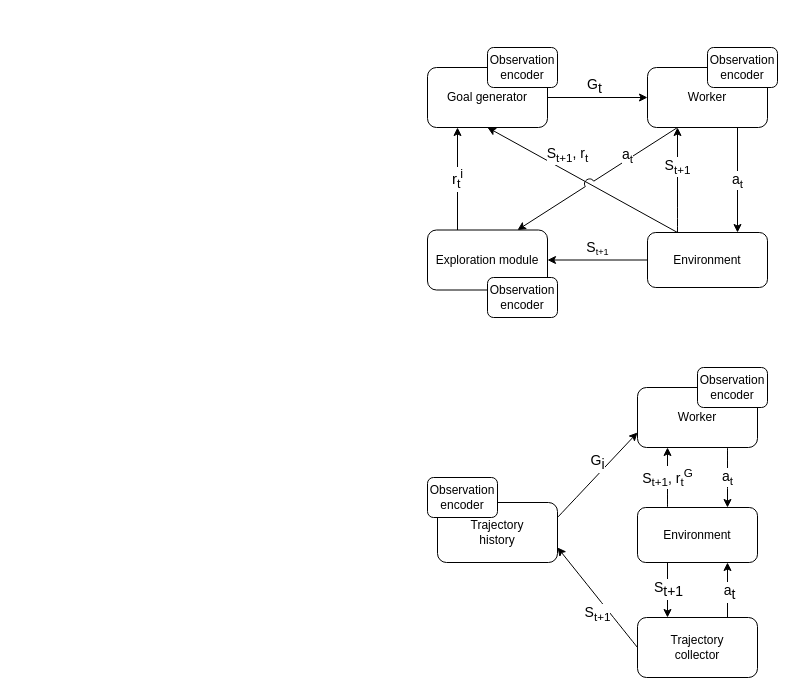
This is assets/diagram.drawio from dllllb/pathrl, a draw.io file, before an edit. Source tidied: cells renumbered, new cells numbered last; positions are measured from the earlier drawing's top-left corner, leaving out a move shared by most shapes. Both pictures are drawn from the tidied source at 100%, with x=0, y=0 at pixel (427, 47).
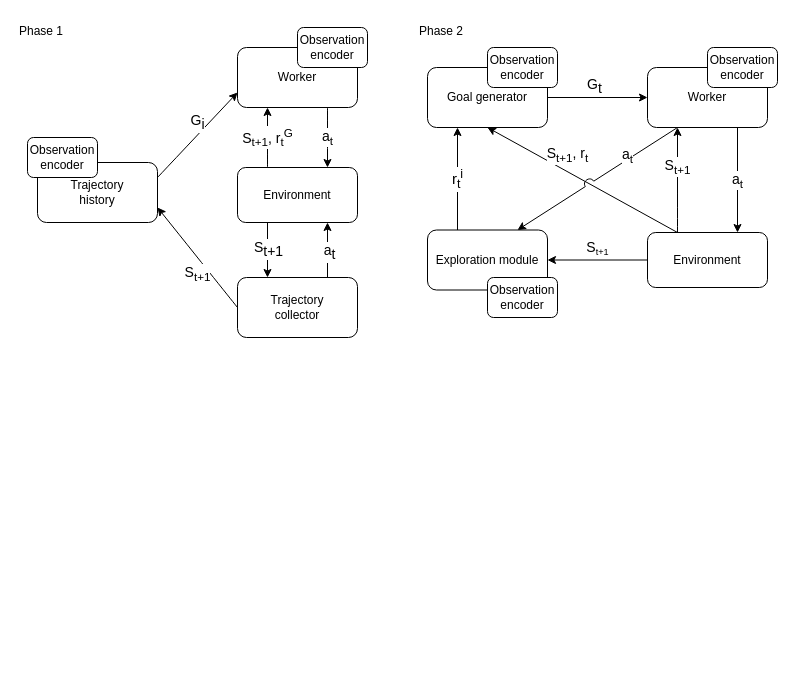
After the change.

Change to the diagram source:
```diff
@@
     <mxCell id="19" value="Worker" style="rounded=1;whiteSpace=wrap;html=1;" parent="1" vertex="1">
-      <mxGeometry x="210" y="340" width="120" height="60" as="geometry" />
+      <mxGeometry x="-190" width="120" height="60" as="geometry" />
     </mxCell>
@@
     <mxCell id="21" value="Trajectory&lt;br&gt;history" style="rounded=1;whiteSpace=wrap;html=1;fontSize=12;verticalAlign=middle;" parent="1" vertex="1">
-      <mxGeometry x="10" y="455" width="120" height="60" as="geometry" />
+      <mxGeometry x="-390" y="115" width="120" height="60" as="geometry" />
     </mxCell>
@@
     <mxCell id="26" value="Environment" style="rounded=1;whiteSpace=wrap;html=1;" parent="1" vertex="1">
-      <mxGeometry x="210" y="460" width="120" height="55" as="geometry" />
+      <mxGeometry x="-190" y="120" width="120" height="55" as="geometry" />
     </mxCell>
     <mxCell id="27" value="Observation encoder" style="rounded=1;whiteSpace=wrap;html=1;fontSize=12;verticalAlign=middle;" parent="1" vertex="1">
-      <mxGeometry x="270" y="320" width="70" height="40" as="geometry" />
+      <mxGeometry x="-130" y="-20" width="70" height="40" as="geometry" />
     </mxCell>
     <mxCell id="28" value="Observation encoder" style="rounded=1;whiteSpace=wrap;html=1;fontSize=12;verticalAlign=middle;" parent="1" vertex="1">
-      <mxGeometry y="430" width="70" height="40" as="geometry" />
+      <mxGeometry x="-400" y="90" width="70" height="40" as="geometry" />
     </mxCell>
@@
     <mxCell id="31" value="Trajectory&lt;br&gt;collector" style="rounded=1;whiteSpace=wrap;html=1;fontSize=12;verticalAlign=middle;" parent="1" vertex="1">
-      <mxGeometry x="210" y="570" width="120" height="60" as="geometry" />
+      <mxGeometry x="-190" y="230" width="120" height="60" as="geometry" />
     </mxCell>
+    <mxCell id="32" value="Phase 1" style="rounded=0;whiteSpace=wrap;html=1;fillColor=none;strokeColor=none;verticalAlign=top;align=left;" parent="1" vertex="1">
+      <mxGeometry x="-410" y="-30" width="360" height="330" as="geometry" />
+    </mxCell>
+    <mxCell id="33" value="Phase 2" style="rounded=0;whiteSpace=wrap;html=1;fillColor=none;strokeColor=none;verticalAlign=top;align=left;" parent="1" vertex="1">
+      <mxGeometry x="-10" y="-30" width="370" height="310" as="geometry" />
+    </mxCell>
```
